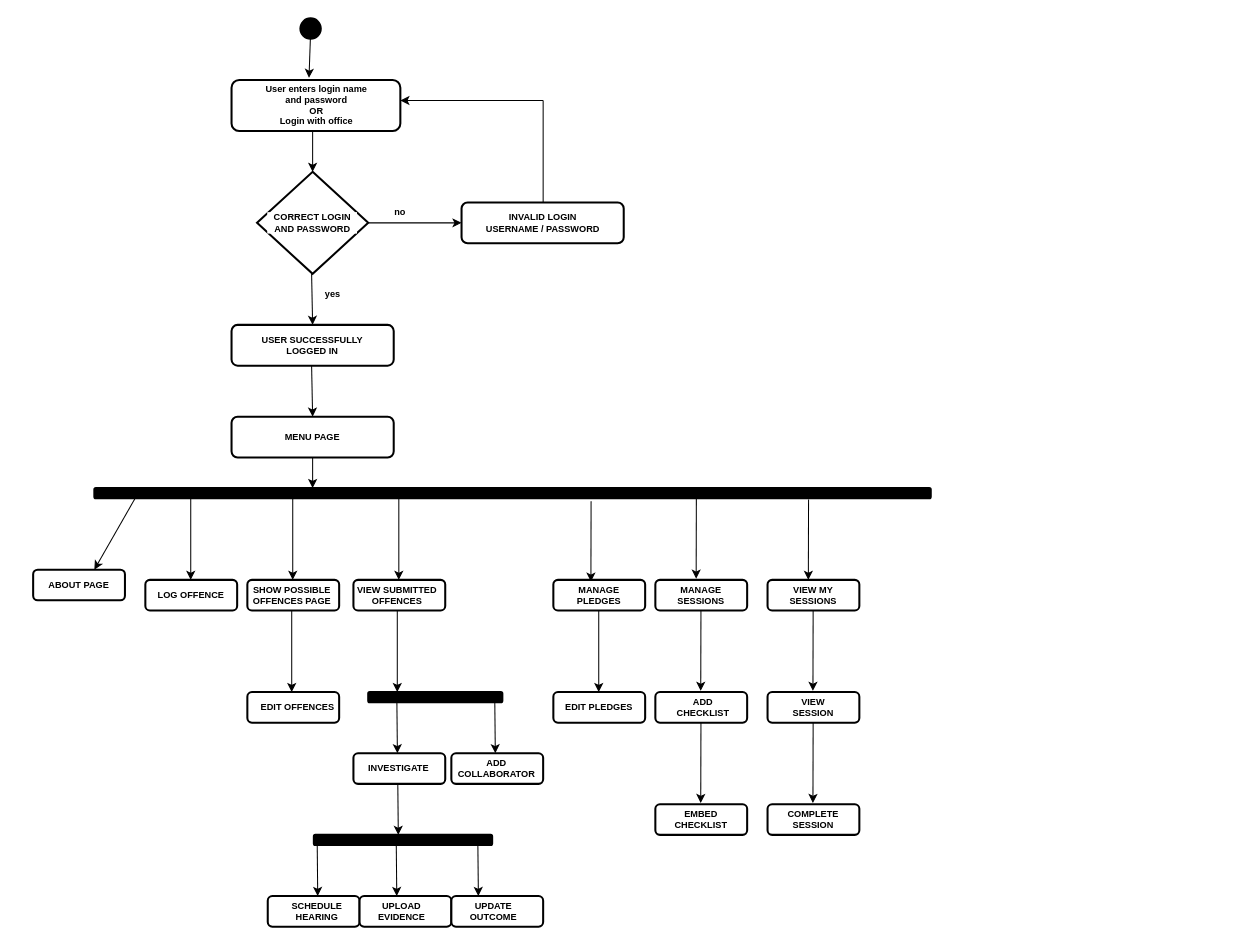
OOPS-2022/student_support_system keeps this draw.io diagram as page "ActivityDiagram" (3 of 6) of ArchitectureDiagram.drawio. Above is the earlier version. Source tidied: cells renumbered, new cells numbered last; positions are measured from the earlier drawing's top-left corner, leaving out a move shared by most shapes. Both pictures are drawn from the tidied source at 102%, with x=0, y=0 at pixel (17, 18).
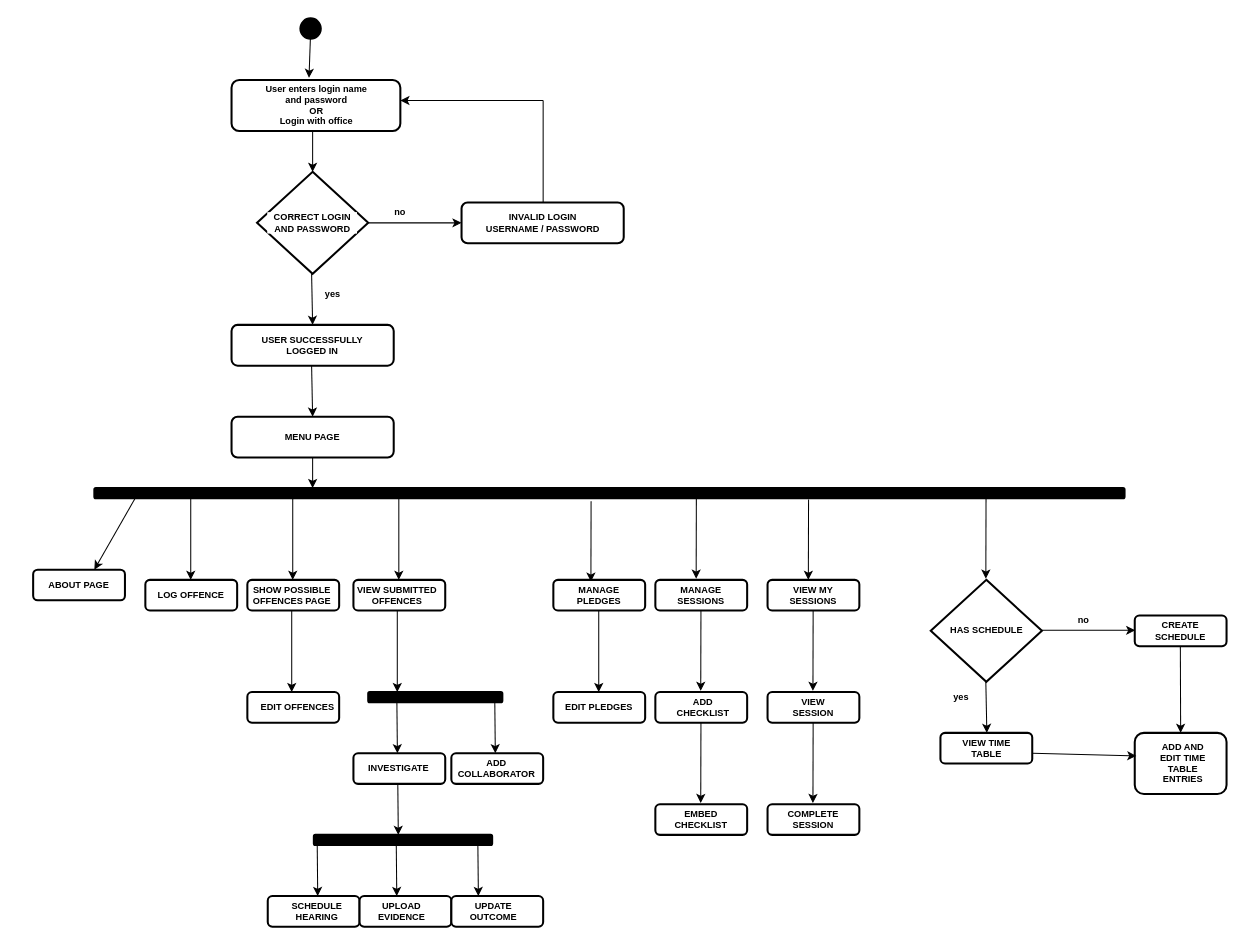
The same diagram, later.

Diff of the diagram source:
```diff
@@
     <mxCell id="22" style="rounded=1;whiteSpace=wrap;html=1;labelBackgroundColor=#FFFFFF;fontFamily=Helvetica;fontSize=9;fontColor=#000000;strokeColor=#000000;strokeWidth=2;fillColor=#000000;" parent="1" vertex="1">
-      <mxGeometry x="75" y="460" width="820" height="10" as="geometry" />
+      <mxGeometry x="75" y="460" width="1010" height="10" as="geometry" />
     </mxCell>
@@
+    <mxCell id="82" style="endArrow=classic;html=1;rounded=0;fontFamily=Helvetica;fontSize=9;fontColor=#000000;strokeWidth=1;entryX=0.409;entryY=0.06;entryDx=0;entryDy=0;entryPerimeter=0;" parent="1" edge="1">
+      <mxGeometry relative="1" as="geometry">
+        <mxPoint x="949.2" y="470" as="sourcePoint" />
+        <mxPoint x="949" y="548.8" as="targetPoint" />
+      </mxGeometry>
+    </mxCell>
+    <mxCell id="83" style="rhombus;whiteSpace=wrap;html=1;labelBackgroundColor=#FFFFFF;fontFamily=Helvetica;fontSize=12;strokeWidth=2;" parent="1" vertex="1">
+      <mxGeometry x="895" y="550" width="109" height="100" as="geometry" />
+    </mxCell>
+    <mxCell id="84" value="HAS SCHEDULE" style="text;html=1;fillColor=none;align=center;verticalAlign=middle;whiteSpace=wrap;rounded=0;labelBackgroundColor=#FFFFFF;fontFamily=Helvetica;fontSize=9;fontStyle=1;" parent="1" vertex="1">
+      <mxGeometry x="904.5" y="585" width="90" height="30" as="geometry" />
+    </mxCell>
+    <mxCell id="85" style="endArrow=classic;html=1;rounded=0;fontFamily=Helvetica;fontSize=9;fontColor=#000000;strokeWidth=1;" parent="1" edge="1">
+      <mxGeometry relative="1" as="geometry">
+        <mxPoint x="1004" y="599.5" as="sourcePoint" />
+        <mxPoint x="1095.5" y="599.5" as="targetPoint" />
+      </mxGeometry>
+    </mxCell>
+    <mxCell id="86" value="no" style="text;html=1;strokeColor=none;fillColor=none;align=center;verticalAlign=middle;whiteSpace=wrap;rounded=0;labelBackgroundColor=#FFFFFF;fontFamily=Helvetica;fontSize=9;fontColor=#000000;fontStyle=1;" parent="1" vertex="1">
+      <mxGeometry x="1025" y="580" width="40" height="20" as="geometry" />
+    </mxCell>
+    <mxCell id="87" style="endArrow=classic;html=1;rounded=0;fontFamily=Helvetica;fontSize=9;fontColor=#000000;strokeWidth=1;entryX=0;entryY=1;entryDx=0;entryDy=0;" parent="1" edge="1">
+      <mxGeometry relative="1" as="geometry">
+        <mxPoint x="949" y="650" as="sourcePoint" />
+        <mxPoint x="950" y="700" as="targetPoint" />
+      </mxGeometry>
+    </mxCell>
+    <mxCell id="88" value="yes" style="text;html=1;strokeColor=none;fillColor=none;align=center;verticalAlign=middle;whiteSpace=wrap;rounded=0;labelBackgroundColor=#FFFFFF;fontFamily=Helvetica;fontSize=9;fontColor=#000000;fontStyle=1;" parent="1" vertex="1">
+      <mxGeometry x="904.5" y="655" width="40" height="20" as="geometry" />
+    </mxCell>
+    <mxCell id="89" style="rounded=1;whiteSpace=wrap;html=1;labelBackgroundColor=#FFFFFF;fontFamily=Tahoma;fontSize=12;strokeWidth=2;" parent="1" vertex="1">
+      <mxGeometry x="1095" y="585" width="90" height="30" as="geometry" />
+    </mxCell>
+    <mxCell id="90" value="CREATE SCHEDULE" style="text;html=1;strokeColor=none;fillColor=none;align=center;verticalAlign=middle;whiteSpace=wrap;rounded=0;fontStyle=1;fontFamily=Helvetica;fontSize=9;" parent="1" vertex="1">
+      <mxGeometry x="1110" y="585" width="60" height="30" as="geometry" />
+    </mxCell>
+    <mxCell id="91" style="rounded=1;whiteSpace=wrap;html=1;labelBackgroundColor=#FFFFFF;fontFamily=Tahoma;fontSize=12;strokeWidth=2;" parent="1" vertex="1">
+      <mxGeometry x="904.5" y="700" width="90" height="30" as="geometry" />
+    </mxCell>
+    <mxCell id="92" value="VIEW TIME TABLE" style="text;html=1;strokeColor=none;fillColor=none;align=center;verticalAlign=middle;whiteSpace=wrap;rounded=0;fontStyle=1;fontFamily=Helvetica;fontSize=9;" parent="1" vertex="1">
+      <mxGeometry x="919.5" y="700" width="60" height="30" as="geometry" />
+    </mxCell>
+    <mxCell id="93" style="endArrow=classic;html=1;rounded=0;fontFamily=Helvetica;fontSize=9;fontColor=#000000;strokeWidth=1;entryX=0.5;entryY=0;entryDx=0;entryDy=0;" parent="1" edge="1" target="94">
+      <mxGeometry relative="1" as="geometry">
+        <mxPoint x="1139.7" y="615" as="sourcePoint" />
+      </mxGeometry>
+    </mxCell>
+    <mxCell id="94" style="rounded=1;whiteSpace=wrap;html=1;labelBackgroundColor=#FFFFFF;fontFamily=Tahoma;fontSize=12;strokeWidth=2;" parent="1" vertex="1">
+      <mxGeometry x="1095" y="700" width="90" height="60" as="geometry" />
+    </mxCell>
+    <mxCell id="95" value="ADD AND EDIT TIME TABLE ENTRIES" style="text;html=1;strokeColor=none;fillColor=none;align=center;verticalAlign=middle;whiteSpace=wrap;rounded=0;fontStyle=1;fontFamily=Helvetica;fontSize=9;" parent="1" vertex="1">
+      <mxGeometry x="1110" y="705" width="65" height="50" as="geometry" />
+    </mxCell>
+    <mxCell id="96" style="endArrow=classic;html=1;rounded=0;fontFamily=Helvetica;fontSize=9;fontColor=#000000;strokeWidth=1;entryX=0.018;entryY=0.377;entryDx=0;entryDy=0;entryPerimeter=0;" parent="1" edge="1" target="94">
+      <mxGeometry relative="1" as="geometry">
+        <mxPoint x="994.5" y="720" as="sourcePoint" />
+      </mxGeometry>
+    </mxCell>
```
